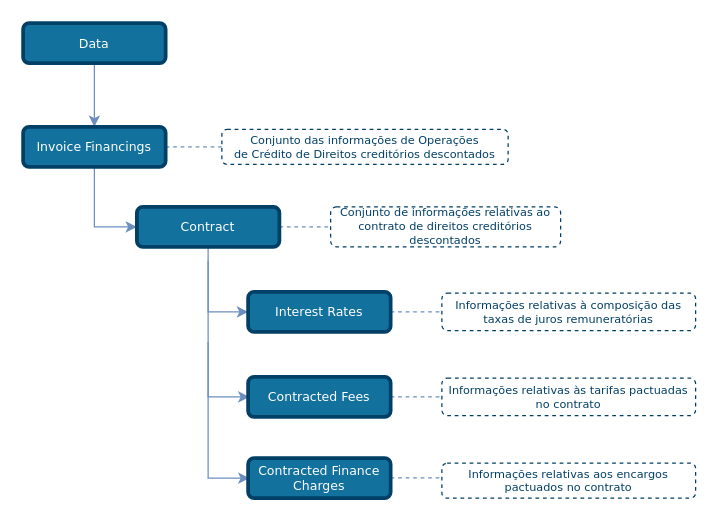
Earlier version of the draw.io diagram draw_io_diagrams/invoice_financings/TLD_InvoiceFinancings_Contract.drawio (OpenBanking-Brasil/areadesenvolvedor). Source tidied: cells renumbered, new cells numbered last; positions are measured from the earlier drawing's top-left corner, leaving out a move shared by most shapes. Both pictures are drawn from the tidied source at 125%, with x=0, y=0 at pixel (22, 22).
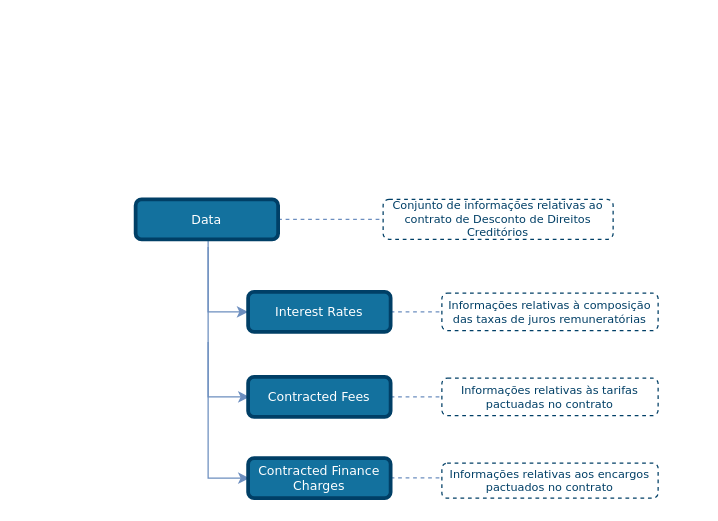
The same diagram, later.

The change refers to these unchanged cells:
```xml
<mxCell id="14" value="Interest Rates" style="rounded=1;whiteSpace=wrap;html=1;comic=0;shadow=0;backgroundOutline=0;snapToPoint=0;fixDash=0;strokeWidth=3;fontFamily=Verdana;fontStyle=0;labelBackgroundColor=none;labelBorderColor=none;fontSize=10;fillColor=#13719E;strokeColor=#003F66;fontColor=#ffffff;" parent="1" vertex="1">
  <mxGeometry x="180" y="215" width="114" height="32" as="geometry" />
</mxCell>
```

Change to the diagram source:
```diff
@@
-    <mxCell id="2" style="edgeStyle=none;rounded=1;jettySize=auto;html=1;entryX=0;entryY=0.5;entryDx=0;entryDy=0;dashed=1;endArrow=none;endFill=0;endSize=6;strokeColor=#6C8EBF;exitX=1;exitY=0.5;exitDx=0;exitDy=0;" parent="1" edge="1" source="13" target="8">
+    <mxCell id="2" style="edgeStyle=none;rounded=1;jettySize=auto;html=1;entryX=0;entryY=0.5;entryDx=0;entryDy=0;dashed=1;endArrow=none;endFill=0;endSize=6;strokeColor=#6C8EBF;exitX=1;exitY=0.5;exitDx=0;exitDy=0;" parent="1" edge="1" source="12" target="8">
       <mxGeometry relative="1" as="geometry" />
     </mxCell>
-    <mxCell id="3" style="edgeStyle=orthogonalEdgeStyle;rounded=0;jettySize=auto;html=1;entryX=0.5;entryY=0;entryDx=0;entryDy=0;endSize=6;fillColor=#dae8fc;strokeColor=#6c8ebf;comic=0;shadow=0;backgroundOutline=0;snapToPoint=0;fixDash=0;endArrow=classic;endFill=1;exitX=0.5;exitY=1;exitDx=0;exitDy=0;" parent="1" edge="1" source="12" target="6">
-      <mxGeometry relative="1" as="geometry" />
-    </mxCell>
-    <mxCell id="4" style="edgeStyle=orthogonalEdgeStyle;rounded=0;jettySize=auto;html=1;exitX=0.5;exitY=1;exitDx=0;exitDy=0;entryX=0;entryY=0.5;entryDx=0;entryDy=0;strokeColor=#6C8EBF;endArrow=classic;endFill=1;" parent="1" edge="1" source="6" target="13">
-      <mxGeometry relative="1" as="geometry" />
-    </mxCell>
-    <mxCell id="5" style="edgeStyle=none;rounded=1;jettySize=auto;html=1;exitX=1;exitY=0.5;exitDx=0;exitDy=0;entryX=0;entryY=0.5;entryDx=0;entryDy=0;dashed=1;endArrow=none;endFill=0;endSize=6;strokeColor=#6C8EBF;" parent="1" edge="1" source="6" target="7">
-      <mxGeometry relative="1" as="geometry" />
-    </mxCell>
-    <mxCell id="6" value="Invoice Financings" style="rounded=1;whiteSpace=wrap;html=1;comic=0;shadow=0;backgroundOutline=0;snapToPoint=0;fixDash=0;strokeWidth=3;fontFamily=Verdana;fontStyle=0;labelBackgroundColor=none;labelBorderColor=none;fontSize=10;fillColor=#13719E;strokeColor=#003F66;fontColor=#ffffff;" parent="1" vertex="1">
-      <mxGeometry y="83" width="114" height="32" as="geometry" />
-    </mxCell>
-    <mxCell id="7" value="&lt;font style=&quot;font-size: 9px&quot;&gt;Conjunto das informações de Operações &lt;br&gt;de Crédito de Direitos creditórios descontados&lt;/font&gt;" style="rounded=1;whiteSpace=wrap;html=1;shadow=0;comic=0;strokeColor=#003F66;strokeWidth=1;fillColor=#ffffff;fontFamily=Verdana;fontSize=9;fontColor=#003F66;dashed=1;spacingLeft=5;spacing=0;spacingRight=5;spacingBottom=5;spacingTop=5;align=center;verticalAlign=middle;gradientColor=#ffffff;" parent="1" vertex="1">
-      <mxGeometry x="159" y="85" width="229" height="28" as="geometry" />
-    </mxCell>
-    <mxCell id="8" value="&lt;font style=&quot;font-size: 9px&quot;&gt;Conjunto de informações relativas ao contrato de direitos creditórios descontados&lt;/font&gt;" style="rounded=1;whiteSpace=wrap;html=1;shadow=0;comic=0;strokeColor=#003F66;strokeWidth=1;fillColor=#ffffff;fontFamily=Verdana;fontSize=9;fontColor=#003F66;dashed=1;spacingLeft=5;spacing=0;spacingRight=5;spacingBottom=5;spacingTop=5;align=center;verticalAlign=middle;gradientColor=#ffffff;" parent="1" vertex="1">
-      <mxGeometry x="246" y="147" width="184" height="32" as="geometry" />
+    <mxCell id="8" value="&lt;font style=&quot;font-size: 9px&quot;&gt;Conjunto de informações relativas ao contrato de Desconto de Direitos Creditórios&lt;/font&gt;" style="rounded=1;whiteSpace=wrap;html=1;shadow=0;comic=0;strokeColor=#003F66;strokeWidth=1;fillColor=#ffffff;fontFamily=Verdana;fontSize=9;fontColor=#003F66;dashed=1;spacingLeft=5;spacing=0;spacingRight=5;spacingBottom=5;spacingTop=5;align=center;verticalAlign=middle;gradientColor=#ffffff;" parent="1" vertex="1">
+      <mxGeometry x="288" y="141" width="184" height="32" as="geometry" />
     </mxCell>
@@
     <mxCell id="10" value="&lt;font style=&quot;font-size: 9px&quot;&gt;Informações relativas à composição das taxas de juros remuneratórias&lt;/font&gt;" style="rounded=1;whiteSpace=wrap;html=1;shadow=0;comic=0;strokeColor=#003F66;strokeWidth=1;fillColor=#ffffff;fontFamily=Verdana;fontSize=9;fontColor=#003F66;dashed=1;spacingLeft=5;spacing=0;spacingRight=5;spacingBottom=5;spacingTop=5;align=center;verticalAlign=middle;gradientColor=#ffffff;" parent="1" vertex="1">
-      <mxGeometry x="335" y="216" width="203" height="30" as="geometry" />
+      <mxGeometry x="335" y="216" width="173" height="30" as="geometry" />
     </mxCell>
-    <mxCell id="11" style="edgeStyle=orthogonalEdgeStyle;rounded=0;jettySize=auto;html=1;exitX=0.5;exitY=1;exitDx=0;exitDy=0;entryX=0;entryY=0.5;entryDx=0;entryDy=0;strokeColor=#6C8EBF;endArrow=classic;endFill=1;" parent="1" edge="1" source="13" target="14">
-      <mxGeometry relative="1" as="geometry" />
+    <mxCell id="11" style="edgeStyle=orthogonalEdgeStyle;rounded=0;jettySize=auto;html=1;entryX=0;entryY=0.5;entryDx=0;entryDy=0;strokeColor=#6C8EBF;endArrow=classic;endFill=1;" parent="1" edge="1" target="14">
+      <mxGeometry relative="1" as="geometry">
+        <mxPoint x="148" y="179" as="sourcePoint" />
+        <Array as="points">
+          <mxPoint x="148" y="231" />
+        </Array>
+      </mxGeometry>
     </mxCell>
-    <mxCell id="12" value="Data" style="rounded=1;whiteSpace=wrap;html=1;comic=0;shadow=0;backgroundOutline=0;snapToPoint=0;fixDash=0;strokeWidth=3;fontFamily=Verdana;fontStyle=0;labelBackgroundColor=none;labelBorderColor=none;fontSize=10;fillColor=#13719E;strokeColor=#003F66;fontColor=#ffffff;" parent="1" vertex="1">
-      <mxGeometry width="114" height="32" as="geometry" />
-    </mxCell>
-    <mxCell id="13" value="Contract" style="rounded=1;whiteSpace=wrap;html=1;comic=0;shadow=0;backgroundOutline=0;snapToPoint=0;fixDash=0;strokeWidth=3;fontFamily=Verdana;fontStyle=0;labelBackgroundColor=none;labelBorderColor=none;fontSize=10;fillColor=#13719E;strokeColor=#003F66;fontColor=#ffffff;" parent="1" vertex="1">
-      <mxGeometry x="91" y="147" width="114" height="32" as="geometry" />
-    </mxCell>
@@
     <mxCell id="16" value="&lt;font style=&quot;font-size: 9px&quot;&gt;Informações relativas às tarifas pactuadas no contrato&lt;/font&gt;" style="rounded=1;whiteSpace=wrap;html=1;shadow=0;comic=0;strokeColor=#003F66;strokeWidth=1;fillColor=#ffffff;fontFamily=Verdana;fontSize=9;fontColor=#003F66;dashed=1;spacingLeft=5;spacing=0;spacingRight=5;spacingBottom=5;spacingTop=5;align=center;verticalAlign=middle;gradientColor=#ffffff;" parent="1" vertex="1">
-      <mxGeometry x="335" y="284" width="203" height="30" as="geometry" />
+      <mxGeometry x="335" y="284" width="173" height="30" as="geometry" />
     </mxCell>
     <mxCell id="17" value="&lt;font style=&quot;font-size: 9px&quot;&gt;Informações relativas aos encargos pactuados no contrato&lt;/font&gt;" style="rounded=1;whiteSpace=wrap;html=1;shadow=0;comic=0;strokeColor=#003F66;strokeWidth=1;fillColor=#ffffff;fontFamily=Verdana;fontSize=9;fontColor=#003F66;dashed=1;spacingLeft=5;spacing=0;spacingRight=5;spacingBottom=5;spacingTop=5;align=center;verticalAlign=middle;gradientColor=#ffffff;" parent="1" vertex="1">
-      <mxGeometry x="335" y="352" width="203" height="28" as="geometry" />
+      <mxGeometry x="335" y="352" width="173" height="28" as="geometry" />
     </mxCell>
@@
-    <mxCell id="19" style="edgeStyle=orthogonalEdgeStyle;rounded=0;orthogonalLoop=1;jettySize=auto;html=1;entryX=0;entryY=0.5;entryDx=0;entryDy=0;strokeColor=#6C8EBF;endArrow=classic;endFill=1;" parent="1" edge="1">
+    <mxCell id="19" style="edgeStyle=orthogonalEdgeStyle;rounded=0;jettySize=auto;html=1;entryX=0;entryY=0.5;entryDx=0;entryDy=0;strokeColor=#6C8EBF;endArrow=classic;endFill=1;exitX=0.5;exitY=1;exitDx=0;exitDy=0;" parent="1" edge="1" source="12">
       <mxGeometry relative="1" as="geometry">
-        <mxPoint x="148" y="190" as="sourcePoint" />
         <mxPoint x="181" y="299" as="targetPoint" />
         <Array as="points">
+          <mxPoint x="148" y="173" />
           <mxPoint x="148" y="299" />
         </Array>
       </mxGeometry>
     </mxCell>
@@
+    <mxCell id="12" value="Data" style="rounded=1;whiteSpace=wrap;html=1;comic=0;shadow=0;backgroundOutline=0;snapToPoint=0;fixDash=0;strokeWidth=3;fontFamily=Verdana;fontStyle=0;labelBackgroundColor=none;labelBorderColor=none;fontSize=10;fillColor=#13719E;strokeColor=#003F66;fontColor=#ffffff;" parent="1" vertex="1">
+      <mxGeometry x="90" y="141" width="114" height="32" as="geometry" />
+    </mxCell>
```
